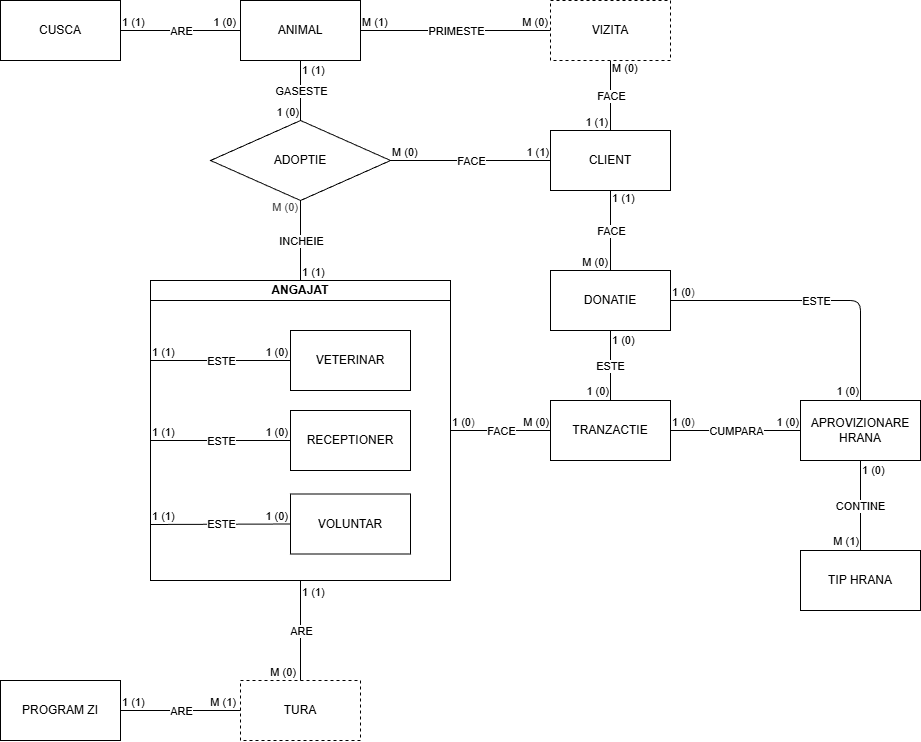
Vlad576/Proiect-platforma-adoptii keeps this draw.io diagram as resurse/img/schema-er-platforma-adoptii.png. Above is the earlier version. Source tidied: cells renumbered, new cells last; positions are measured from the earlier drawing's top-left corner, leaving out a move shared by most shapes. The source it was exported from:
```xml
<mxGraphModel>
  <root>
    <mxCell id="0" />
    <mxCell id="1" parent="0" />
    <mxCell id="2" value="ANIMAL" style="rounded=0;whiteSpace=wrap;html=1;" parent="1" vertex="1">
      <mxGeometry x="240" width="120" height="60" as="geometry" />
    </mxCell>
    <mxCell id="3" value="CLIENT" style="rounded=0;whiteSpace=wrap;html=1;" parent="1" vertex="1">
      <mxGeometry x="550" y="130" width="120" height="60" as="geometry" />
    </mxCell>
    <mxCell id="4" value="ADOPTIE" style="rhombus;whiteSpace=wrap;html=1;" parent="1" vertex="1">
      <mxGeometry x="210" y="120" width="180" height="80" as="geometry" />
    </mxCell>
    <mxCell id="5" style="group;" parent="1" vertex="1">
      <mxGeometry x="150" y="280" width="300" height="300" as="geometry" />
    </mxCell>
    <mxCell id="6" value="ANGAJAT" style="swimlane;whiteSpace=wrap;html=1;startSize=20;" parent="5" vertex="1">
      <mxGeometry width="300" height="300" as="geometry" />
    </mxCell>
    <mxCell id="7" style="endArrow=none;html=1;entryX=0;entryY=0.5;entryDx=0;entryDy=0;endFill=0;" parent="5" edge="1" target="17">
      <mxGeometry relative="1" as="geometry">
        <mxPoint y="244" as="sourcePoint" />
      </mxGeometry>
    </mxCell>
    <mxCell id="8" value="ESTE" style="edgeLabel;html=1;align=center;verticalAlign=middle;" parent="7" vertex="1">
      <mxGeometry relative="1" as="geometry" />
    </mxCell>
    <mxCell id="9" value="&lt;span style=&quot;color: rgb(0, 0, 0);&quot;&gt;1 (1)&lt;/span&gt;" style="edgeLabel;html=1;align=left;verticalAlign=bottom;" parent="7" vertex="1">
      <mxGeometry x="-1" relative="1" as="geometry" />
    </mxCell>
    <mxCell id="10" value="&lt;span style=&quot;color: rgb(0, 0, 0); text-align: left;&quot;&gt;1 (0)&lt;/span&gt;" style="edgeLabel;html=1;align=right;verticalAlign=bottom;" parent="7" vertex="1">
      <mxGeometry x="1" relative="1" as="geometry">
        <mxPoint x="-2" as="offset" />
      </mxGeometry>
    </mxCell>
    <mxCell id="11" style="endArrow=none;html=1;entryX=0;entryY=0.5;entryDx=0;entryDy=0;endFill=0;" parent="5" edge="1" target="15">
      <mxGeometry relative="1" as="geometry">
        <mxPoint y="80" as="sourcePoint" />
        <Array as="points">
          <mxPoint y="80" />
        </Array>
      </mxGeometry>
    </mxCell>
    <mxCell id="12" value="ESTE" style="edgeLabel;html=1;align=center;verticalAlign=middle;" parent="11" vertex="1">
      <mxGeometry relative="1" as="geometry" />
    </mxCell>
    <mxCell id="13" value="1 (1)" style="edgeLabel;html=1;align=left;verticalAlign=bottom;" parent="11" vertex="1">
      <mxGeometry x="-1" relative="1" as="geometry" />
    </mxCell>
    <mxCell id="14" value="&lt;span style=&quot;color: rgb(0, 0, 0); text-align: left;&quot;&gt;1 (0)&lt;/span&gt;" style="edgeLabel;html=1;align=right;verticalAlign=bottom;" parent="11" vertex="1">
      <mxGeometry x="1" relative="1" as="geometry">
        <mxPoint x="-2" as="offset" />
      </mxGeometry>
    </mxCell>
    <mxCell id="15" value="VETERINAR" style="rounded=0;whiteSpace=wrap;html=1;" parent="5" vertex="1">
      <mxGeometry x="140" y="50" width="120" height="60" as="geometry" />
    </mxCell>
    <mxCell id="16" value="RECEPTIONER" style="rounded=0;whiteSpace=wrap;html=1;" parent="5" vertex="1">
      <mxGeometry x="140" y="130" width="120" height="60" as="geometry" />
    </mxCell>
    <mxCell id="17" value="VOLUNTAR" style="rounded=0;whiteSpace=wrap;html=1;" parent="5" vertex="1">
      <mxGeometry x="140" y="213.5" width="120" height="60" as="geometry" />
    </mxCell>
    <mxCell id="18" style="endArrow=none;html=1;entryX=0;entryY=0.5;entryDx=0;entryDy=0;endFill=0;" parent="5" edge="1" target="16">
      <mxGeometry relative="1" as="geometry">
        <mxPoint y="160" as="sourcePoint" />
      </mxGeometry>
    </mxCell>
    <mxCell id="19" value="ESTE" style="edgeLabel;html=1;align=center;verticalAlign=middle;" parent="18" vertex="1">
      <mxGeometry relative="1" as="geometry" />
    </mxCell>
    <mxCell id="20" value="&lt;span style=&quot;color: rgb(0, 0, 0);&quot;&gt;1 (1)&lt;/span&gt;" style="edgeLabel;html=1;align=left;verticalAlign=bottom;" parent="18" vertex="1">
      <mxGeometry x="-1" relative="1" as="geometry" />
    </mxCell>
    <mxCell id="21" value="&lt;span style=&quot;color: rgb(0, 0, 0); text-align: left;&quot;&gt;1 (0)&lt;/span&gt;" style="edgeLabel;html=1;align=right;verticalAlign=bottom;" parent="18" vertex="1">
      <mxGeometry x="1" relative="1" as="geometry">
        <mxPoint x="-2" as="offset" />
      </mxGeometry>
    </mxCell>
    <mxCell id="22" value="TURA" style="rounded=0;whiteSpace=wrap;html=1;dashed=1;" parent="1" vertex="1">
      <mxGeometry x="240" y="680" width="120" height="60" as="geometry" />
    </mxCell>
    <mxCell id="23" value="CUSCA" style="rounded=0;whiteSpace=wrap;html=1;" parent="1" vertex="1">
      <mxGeometry width="120" height="60" as="geometry" />
    </mxCell>
    <mxCell id="24" style="endArrow=none;html=1;entryX=0.5;entryY=1;entryDx=0;entryDy=0;exitX=0.5;exitY=0;exitDx=0;exitDy=0;edgeStyle=orthogonalEdgeStyle;elbow=vertical;endFill=0;" parent="1" edge="1" source="6" target="4">
      <mxGeometry relative="1" as="geometry" />
    </mxCell>
    <mxCell id="25" value="INCHEIE" style="edgeLabel;html=1;align=center;verticalAlign=middle;" parent="24" vertex="1">
      <mxGeometry relative="1" as="geometry" />
    </mxCell>
    <mxCell id="26" value="1 (1)" style="edgeLabel;html=1;align=left;verticalAlign=bottom;" parent="24" vertex="1">
      <mxGeometry x="-1" relative="1" as="geometry" />
    </mxCell>
    <mxCell id="27" value="&lt;div&gt;&lt;span style=&quot;background-color: light-dark(#ffffff, var(--ge-dark-color, #121212)); color: rgb(63, 63, 63);&quot;&gt;M (0)&lt;/span&gt;&lt;/div&gt;" style="edgeLabel;html=1;align=right;verticalAlign=bottom;" parent="24" vertex="1">
      <mxGeometry x="1" relative="1" as="geometry">
        <mxPoint x="-2" y="15" as="offset" />
      </mxGeometry>
    </mxCell>
    <mxCell id="28" style="endArrow=none;html=1;entryX=0.5;entryY=0;entryDx=0;entryDy=0;exitX=0.5;exitY=1;exitDx=0;exitDy=0;endFill=0;" parent="1" edge="1" source="6" target="22">
      <mxGeometry relative="1" as="geometry" />
    </mxCell>
    <mxCell id="29" value="ARE" style="edgeLabel;html=1;align=center;verticalAlign=middle;" parent="28" vertex="1">
      <mxGeometry relative="1" as="geometry" />
    </mxCell>
    <mxCell id="30" value="1 (1)" style="edgeLabel;html=1;align=left;verticalAlign=bottom;" parent="28" vertex="1">
      <mxGeometry x="-1" relative="1" as="geometry">
        <mxPoint y="20" as="offset" />
      </mxGeometry>
    </mxCell>
    <mxCell id="31" value="M (0)&amp;nbsp;" style="edgeLabel;html=1;align=right;verticalAlign=bottom;" parent="28" vertex="1">
      <mxGeometry x="1" relative="1" as="geometry">
        <mxPoint x="-1" as="offset" />
      </mxGeometry>
    </mxCell>
    <mxCell id="32" style="endArrow=none;html=1;exitX=1;exitY=0.5;exitDx=0;exitDy=0;entryX=0;entryY=0.5;entryDx=0;entryDy=0;endFill=0;" parent="1" edge="1" source="4" target="3">
      <mxGeometry relative="1" as="geometry" />
    </mxCell>
    <mxCell id="33" value="FACE" style="edgeLabel;html=1;align=center;verticalAlign=middle;" parent="32" vertex="1">
      <mxGeometry relative="1" as="geometry" />
    </mxCell>
    <mxCell id="34" value="M (0)" style="edgeLabel;html=1;align=left;verticalAlign=bottom;" parent="32" vertex="1">
      <mxGeometry x="-1" relative="1" as="geometry" />
    </mxCell>
    <mxCell id="35" value="1 (1)" style="edgeLabel;html=1;align=right;verticalAlign=bottom;" parent="32" vertex="1">
      <mxGeometry x="1" relative="1" as="geometry">
        <mxPoint x="-1" as="offset" />
      </mxGeometry>
    </mxCell>
    <mxCell id="36" style="endArrow=none;html=1;exitX=0.5;exitY=1;exitDx=0;exitDy=0;entryX=0.5;entryY=0;entryDx=0;entryDy=0;endFill=0;" parent="1" edge="1" source="2" target="4">
      <mxGeometry relative="1" as="geometry" />
    </mxCell>
    <mxCell id="37" value="GASESTE" style="edgeLabel;html=1;align=center;verticalAlign=middle;" parent="36" vertex="1">
      <mxGeometry relative="1" as="geometry" />
    </mxCell>
    <mxCell id="38" value="1 (1)" style="edgeLabel;html=1;align=left;verticalAlign=bottom;" parent="36" vertex="1">
      <mxGeometry x="-1" relative="1" as="geometry">
        <mxPoint y="18" as="offset" />
      </mxGeometry>
    </mxCell>
    <mxCell id="39" value="1 (0)" style="edgeLabel;html=1;align=right;verticalAlign=bottom;" parent="36" vertex="1">
      <mxGeometry x="1" relative="1" as="geometry">
        <mxPoint x="-1" as="offset" />
      </mxGeometry>
    </mxCell>
    <mxCell id="40" style="endArrow=none;html=1;exitX=1;exitY=0.5;exitDx=0;exitDy=0;entryX=0;entryY=0.5;entryDx=0;entryDy=0;endFill=0;" parent="1" edge="1" source="23" target="2">
      <mxGeometry relative="1" as="geometry" />
    </mxCell>
    <mxCell id="41" value="ARE" style="edgeLabel;html=1;align=center;verticalAlign=middle;" parent="40" vertex="1">
      <mxGeometry relative="1" as="geometry" />
    </mxCell>
    <mxCell id="42" value="1 (1)" style="edgeLabel;html=1;align=left;verticalAlign=bottom;" parent="40" vertex="1">
      <mxGeometry x="-1" relative="1" as="geometry" />
    </mxCell>
    <mxCell id="43" value="1 (0)&amp;nbsp;" style="edgeLabel;html=1;align=right;verticalAlign=bottom;" parent="40" vertex="1">
      <mxGeometry x="1" relative="1" as="geometry">
        <mxPoint x="-1" as="offset" />
      </mxGeometry>
    </mxCell>
    <mxCell id="44" style="endArrow=none;html=1;entryX=0.5;entryY=0;entryDx=0;entryDy=0;endFill=0;exitX=0.5;exitY=1;exitDx=0;exitDy=0;" parent="1" edge="1" source="57" target="3">
      <mxGeometry relative="1" as="geometry" />
    </mxCell>
    <mxCell id="45" value="FACE" style="edgeLabel;html=1;align=center;verticalAlign=middle;" parent="44" vertex="1">
      <mxGeometry relative="1" as="geometry" />
    </mxCell>
    <mxCell id="46" value="M (0)" style="edgeLabel;html=1;align=left;verticalAlign=bottom;" parent="44" vertex="1">
      <mxGeometry x="-1" relative="1" as="geometry">
        <mxPoint y="16" as="offset" />
      </mxGeometry>
    </mxCell>
    <mxCell id="47" value="1 (1)" style="edgeLabel;html=1;align=right;verticalAlign=bottom;" parent="44" vertex="1">
      <mxGeometry x="1" relative="1" as="geometry">
        <mxPoint x="-2" as="offset" />
      </mxGeometry>
    </mxCell>
    <mxCell id="48" style="endArrow=none;html=1;exitX=1;exitY=0.5;exitDx=0;exitDy=0;endFill=0;entryX=0;entryY=0.5;entryDx=0;entryDy=0;" parent="1" edge="1" source="2" target="57">
      <mxGeometry relative="1" as="geometry" />
    </mxCell>
    <mxCell id="49" value="PRIMESTE" style="edgeLabel;html=1;align=center;verticalAlign=middle;" parent="48" vertex="1">
      <mxGeometry relative="1" as="geometry" />
    </mxCell>
    <mxCell id="50" value="M (1)" style="edgeLabel;html=1;align=left;verticalAlign=bottom;" parent="48" vertex="1">
      <mxGeometry x="-1" relative="1" as="geometry" />
    </mxCell>
    <mxCell id="51" value="M (0)" style="edgeLabel;html=1;align=right;verticalAlign=bottom;" parent="48" vertex="1">
      <mxGeometry x="1" relative="1" as="geometry">
        <mxPoint x="-2" as="offset" />
      </mxGeometry>
    </mxCell>
    <mxCell id="52" value="PROGRAM ZI" style="rounded=0;whiteSpace=wrap;html=1;" parent="1" vertex="1">
      <mxGeometry y="680" width="120" height="60" as="geometry" />
    </mxCell>
    <mxCell id="53" style="endArrow=none;html=1;exitX=1;exitY=0.5;exitDx=0;exitDy=0;entryX=0;entryY=0.5;entryDx=0;entryDy=0;endFill=0;" parent="1" edge="1" source="52" target="22">
      <mxGeometry relative="1" as="geometry" />
    </mxCell>
    <mxCell id="54" value="ARE" style="edgeLabel;html=1;align=center;verticalAlign=middle;" parent="53" vertex="1">
      <mxGeometry relative="1" as="geometry" />
    </mxCell>
    <mxCell id="55" value="1 (1)" style="edgeLabel;html=1;align=left;verticalAlign=bottom;" parent="53" vertex="1">
      <mxGeometry x="-1" relative="1" as="geometry" />
    </mxCell>
    <mxCell id="56" value="M (1)&amp;nbsp;" style="edgeLabel;html=1;align=right;verticalAlign=bottom;" parent="53" vertex="1">
      <mxGeometry x="1" relative="1" as="geometry">
        <mxPoint x="-1" as="offset" />
      </mxGeometry>
    </mxCell>
    <mxCell id="57" value="VIZITA" style="rounded=0;whiteSpace=wrap;html=1;dashed=1;" parent="1" vertex="1">
      <mxGeometry x="550" width="120" height="60" as="geometry" />
    </mxCell>
    <mxCell id="58" value="TRANZACTIE" style="rounded=0;whiteSpace=wrap;html=1;" parent="1" vertex="1">
      <mxGeometry x="550" y="400" width="120" height="60" as="geometry" />
    </mxCell>
    <mxCell id="59" style="endArrow=none;html=1;exitX=1;exitY=0.5;exitDx=0;exitDy=0;entryX=0;entryY=0.5;entryDx=0;entryDy=0;endFill=0;" parent="1" edge="1" source="6" target="58">
      <mxGeometry relative="1" as="geometry" />
    </mxCell>
    <mxCell id="60" value="FACE" style="edgeLabel;html=1;align=center;verticalAlign=middle;" parent="59" vertex="1">
      <mxGeometry relative="1" as="geometry" />
    </mxCell>
    <mxCell id="61" value="1 (0&lt;span style=&quot;color: rgb(63, 63, 63); background-color: light-dark(#ffffff, var(--ge-dark-color, #121212));&quot;&gt;)&lt;/span&gt;" style="edgeLabel;html=1;align=left;verticalAlign=bottom;" parent="59" vertex="1">
      <mxGeometry x="-1" relative="1" as="geometry" />
    </mxCell>
    <mxCell id="62" value="M (0)" style="edgeLabel;html=1;align=right;verticalAlign=bottom;" parent="59" vertex="1">
      <mxGeometry x="1" relative="1" as="geometry">
        <mxPoint x="-1" as="offset" />
      </mxGeometry>
    </mxCell>
    <mxCell id="63" value="DONATIE" style="rounded=0;whiteSpace=wrap;html=1;" parent="1" vertex="1">
      <mxGeometry x="550" y="270" width="120" height="60" as="geometry" />
    </mxCell>
    <mxCell id="64" value="APROVIZIONARE&lt;div&gt;HRANA&lt;/div&gt;" style="rounded=0;whiteSpace=wrap;html=1;" parent="1" vertex="1">
      <mxGeometry x="800" y="400" width="120" height="60" as="geometry" />
    </mxCell>
    <mxCell id="65" value="TIP HRANA" style="rounded=0;whiteSpace=wrap;html=1;" parent="1" vertex="1">
      <mxGeometry x="800" y="550" width="120" height="60" as="geometry" />
    </mxCell>
    <mxCell id="66" value="ESTE" style="endArrow=none;html=1;exitX=0.5;exitY=1;exitDx=0;exitDy=0;endFill=0;" parent="1" edge="1" source="63">
      <mxGeometry relative="1" as="geometry">
        <mxPoint x="610" y="400" as="targetPoint" />
      </mxGeometry>
    </mxCell>
    <mxCell id="67" value="1 (0)" style="edgeLabel;html=1;align=left;verticalAlign=bottom;" parent="66" vertex="1">
      <mxGeometry x="-1" relative="1" as="geometry">
        <mxPoint y="18" as="offset" />
      </mxGeometry>
    </mxCell>
    <mxCell id="68" value="1 (0)" style="edgeLabel;html=1;align=right;verticalAlign=bottom;" parent="66" vertex="1">
      <mxGeometry x="1" relative="1" as="geometry">
        <mxPoint x="-1" y="-1" as="offset" />
      </mxGeometry>
    </mxCell>
    <mxCell id="69" style="endArrow=none;html=1;exitX=1;exitY=0.5;exitDx=0;exitDy=0;entryX=0;entryY=0.5;entryDx=0;entryDy=0;endFill=0;" parent="1" edge="1" source="58" target="64">
      <mxGeometry relative="1" as="geometry" />
    </mxCell>
    <mxCell id="70" value="CUMPARA" style="edgeLabel;html=1;align=center;verticalAlign=middle;" parent="69" vertex="1">
      <mxGeometry relative="1" as="geometry" />
    </mxCell>
    <mxCell id="71" value="1 (0&lt;span style=&quot;color: rgb(63, 63, 63); background-color: light-dark(#ffffff, var(--ge-dark-color, #121212));&quot;&gt;)&lt;/span&gt;" style="edgeLabel;html=1;align=left;verticalAlign=bottom;" parent="69" vertex="1">
      <mxGeometry x="-1" relative="1" as="geometry" />
    </mxCell>
    <mxCell id="72" value="1 (0)" style="edgeLabel;html=1;align=right;verticalAlign=bottom;" parent="69" vertex="1">
      <mxGeometry x="1" relative="1" as="geometry">
        <mxPoint x="-1" as="offset" />
      </mxGeometry>
    </mxCell>
    <mxCell id="73" value="CONTINE" style="endArrow=none;html=1;entryX=0.5;entryY=0;entryDx=0;entryDy=0;endFill=0;exitX=0.5;exitY=1;exitDx=0;exitDy=0;" parent="1" edge="1" source="64" target="65">
      <mxGeometry relative="1" as="geometry" />
    </mxCell>
    <mxCell id="74" value="1 (0)" style="edgeLabel;html=1;align=left;verticalAlign=bottom;" parent="73" vertex="1">
      <mxGeometry x="-1" relative="1" as="geometry">
        <mxPoint y="18" as="offset" />
      </mxGeometry>
    </mxCell>
    <mxCell id="75" value="M (1)" style="edgeLabel;html=1;align=right;verticalAlign=bottom;" parent="73" vertex="1">
      <mxGeometry x="1" relative="1" as="geometry">
        <mxPoint x="-1" y="-1" as="offset" />
      </mxGeometry>
    </mxCell>
    <mxCell id="76" style="endArrow=none;html=1;exitX=1;exitY=0.5;exitDx=0;exitDy=0;entryX=0.5;entryY=0;entryDx=0;entryDy=0;endFill=0;" parent="1" edge="1" source="63" target="64">
      <mxGeometry relative="1" as="geometry">
        <Array as="points">
          <mxPoint x="860" y="300" />
        </Array>
      </mxGeometry>
    </mxCell>
    <mxCell id="77" value="ESTE" style="edgeLabel;html=1;align=center;verticalAlign=middle;" parent="76" vertex="1">
      <mxGeometry relative="1" as="geometry" />
    </mxCell>
    <mxCell id="78" value="1 (0&lt;span style=&quot;color: rgb(63, 63, 63); background-color: light-dark(#ffffff, var(--ge-dark-color, #121212));&quot;&gt;)&lt;/span&gt;" style="edgeLabel;html=1;align=left;verticalAlign=bottom;" parent="76" vertex="1">
      <mxGeometry x="-1" relative="1" as="geometry" />
    </mxCell>
    <mxCell id="79" value="1 (0)" style="edgeLabel;html=1;align=right;verticalAlign=bottom;" parent="76" vertex="1">
      <mxGeometry x="1" relative="1" as="geometry">
        <mxPoint x="-1" y="-1" as="offset" />
      </mxGeometry>
    </mxCell>
    <mxCell id="80" style="endArrow=none;html=1;entryX=0.5;entryY=0;entryDx=0;entryDy=0;endFill=0;exitX=0.5;exitY=1;exitDx=0;exitDy=0;" parent="1" edge="1" source="3" target="63">
      <mxGeometry relative="1" as="geometry" />
    </mxCell>
    <mxCell id="81" value="FACE" style="edgeLabel;html=1;align=center;verticalAlign=middle;" parent="80" vertex="1">
      <mxGeometry relative="1" as="geometry" />
    </mxCell>
    <mxCell id="82" value="1 (1)" style="edgeLabel;html=1;align=left;verticalAlign=bottom;" parent="80" vertex="1">
      <mxGeometry x="-1" relative="1" as="geometry">
        <mxPoint y="16" as="offset" />
      </mxGeometry>
    </mxCell>
    <mxCell id="83" value="M (0)" style="edgeLabel;html=1;align=right;verticalAlign=bottom;" parent="80" vertex="1">
      <mxGeometry x="1" relative="1" as="geometry">
        <mxPoint x="-2" as="offset" />
      </mxGeometry>
    </mxCell>
  </root>
</mxGraphModel>
```
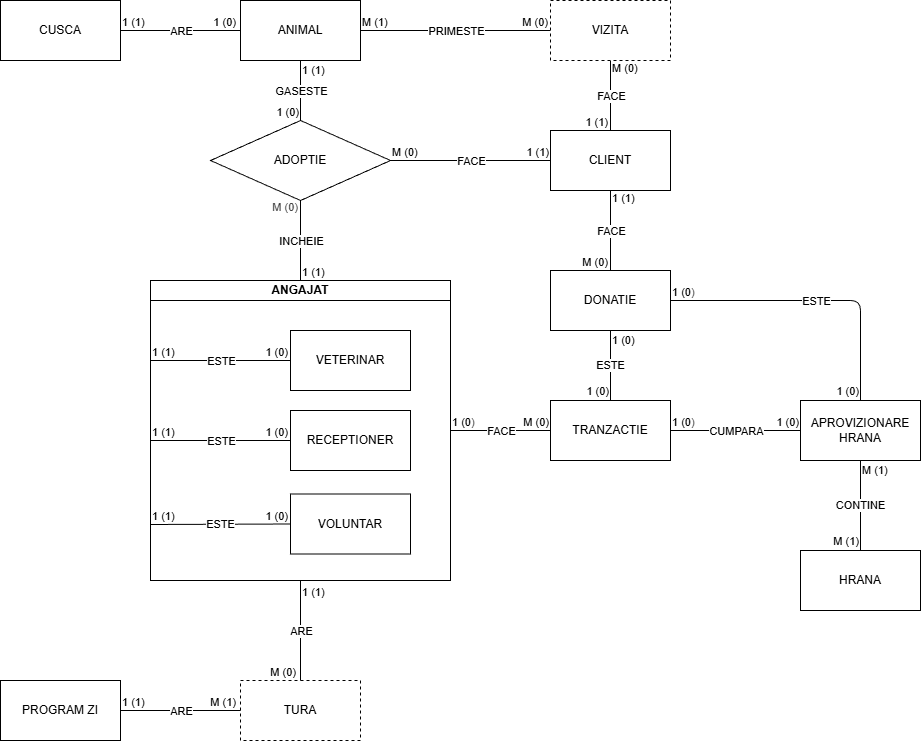
Later version of the same file.

The edit, as a diff of the source:
```diff
@@ -230,7 +230,7 @@
     <mxCell id="64" value="APROVIZIONARE&lt;div&gt;HRANA&lt;/div&gt;" style="rounded=0;whiteSpace=wrap;html=1;" parent="1" vertex="1">
       <mxGeometry x="800" y="400" width="120" height="60" as="geometry" />
     </mxCell>
-    <mxCell id="65" value="TIP HRANA" style="rounded=0;whiteSpace=wrap;html=1;" parent="1" vertex="1">
+    <mxCell id="65" value="HRANA" style="rounded=0;whiteSpace=wrap;html=1;" parent="1" vertex="1">
       <mxGeometry x="800" y="550" width="120" height="60" as="geometry" />
     </mxCell>
     <mxCell id="66" value="ESTE" style="endArrow=none;html=1;exitX=0.5;exitY=1;exitDx=0;exitDy=0;endFill=0;" parent="1" edge="1" source="63">
@@ -265,7 +265,7 @@
     <mxCell id="73" value="CONTINE" style="endArrow=none;html=1;entryX=0.5;entryY=0;entryDx=0;entryDy=0;endFill=0;exitX=0.5;exitY=1;exitDx=0;exitDy=0;" parent="1" edge="1" source="64" target="65">
       <mxGeometry relative="1" as="geometry" />
     </mxCell>
-    <mxCell id="74" value="1 (0)" style="edgeLabel;html=1;align=left;verticalAlign=bottom;" parent="73" vertex="1">
+    <mxCell id="74" value="M (1)" style="edgeLabel;html=1;align=left;verticalAlign=bottom;" parent="73" vertex="1">
       <mxGeometry x="-1" relative="1" as="geometry">
         <mxPoint y="18" as="offset" />
       </mxGeometry>
```
